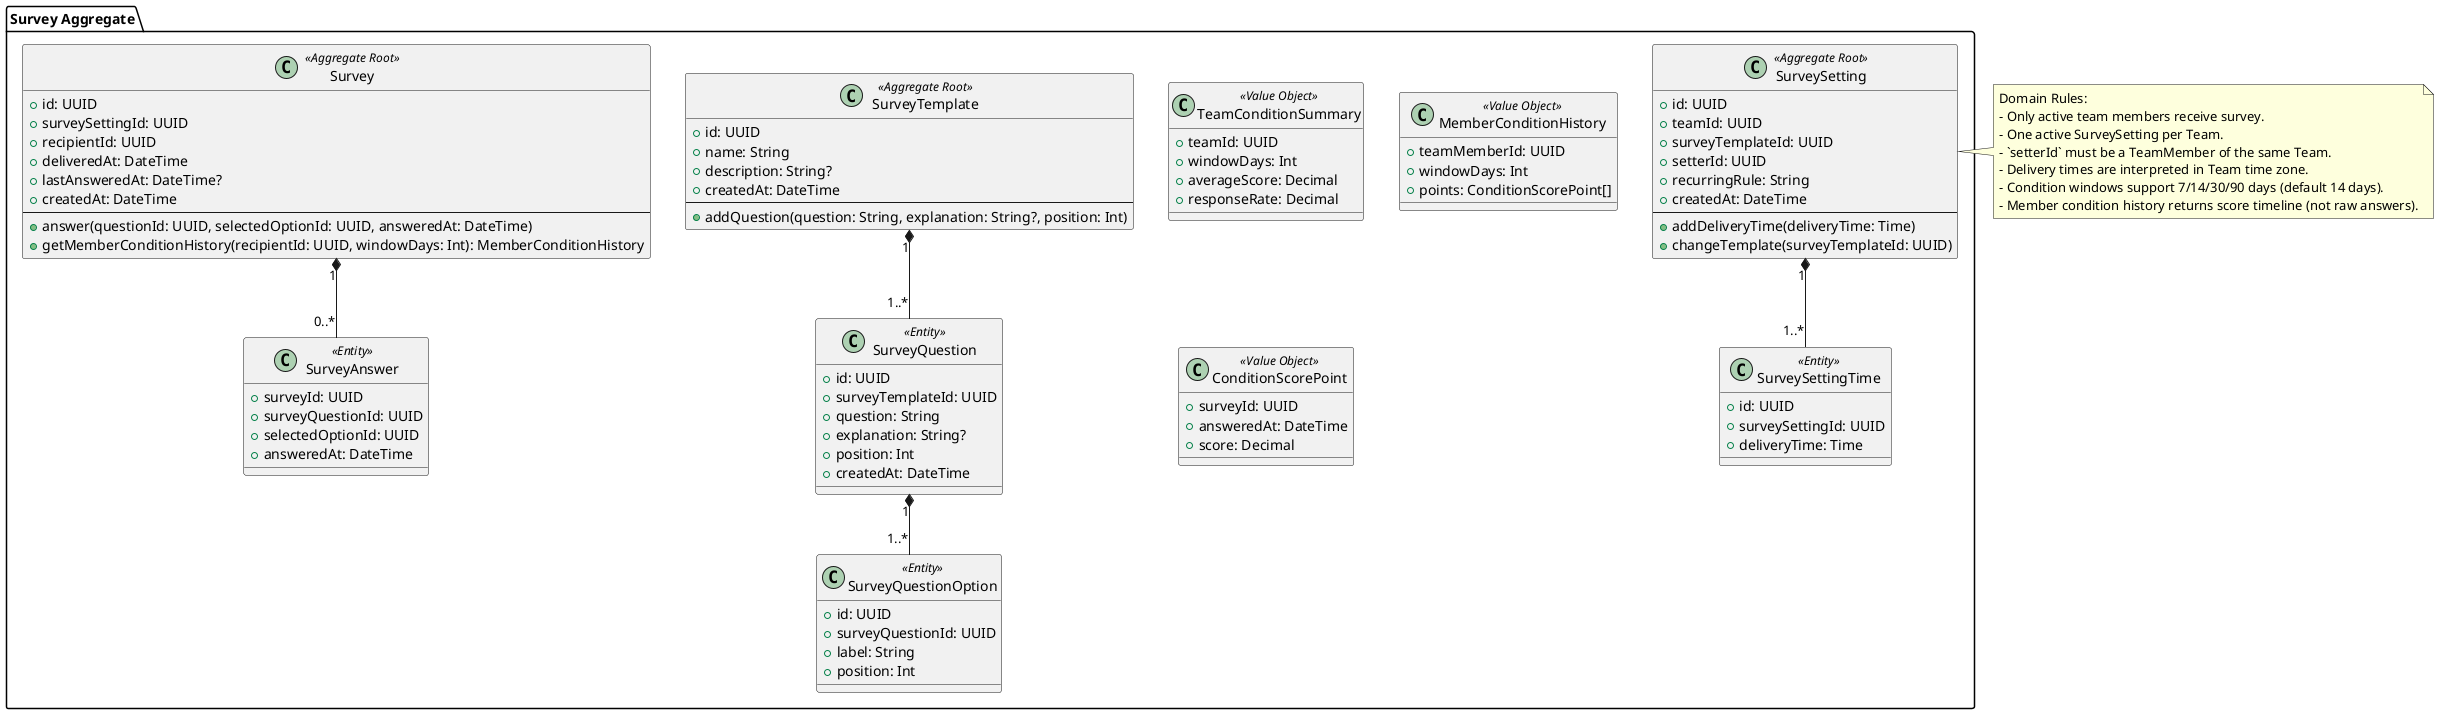
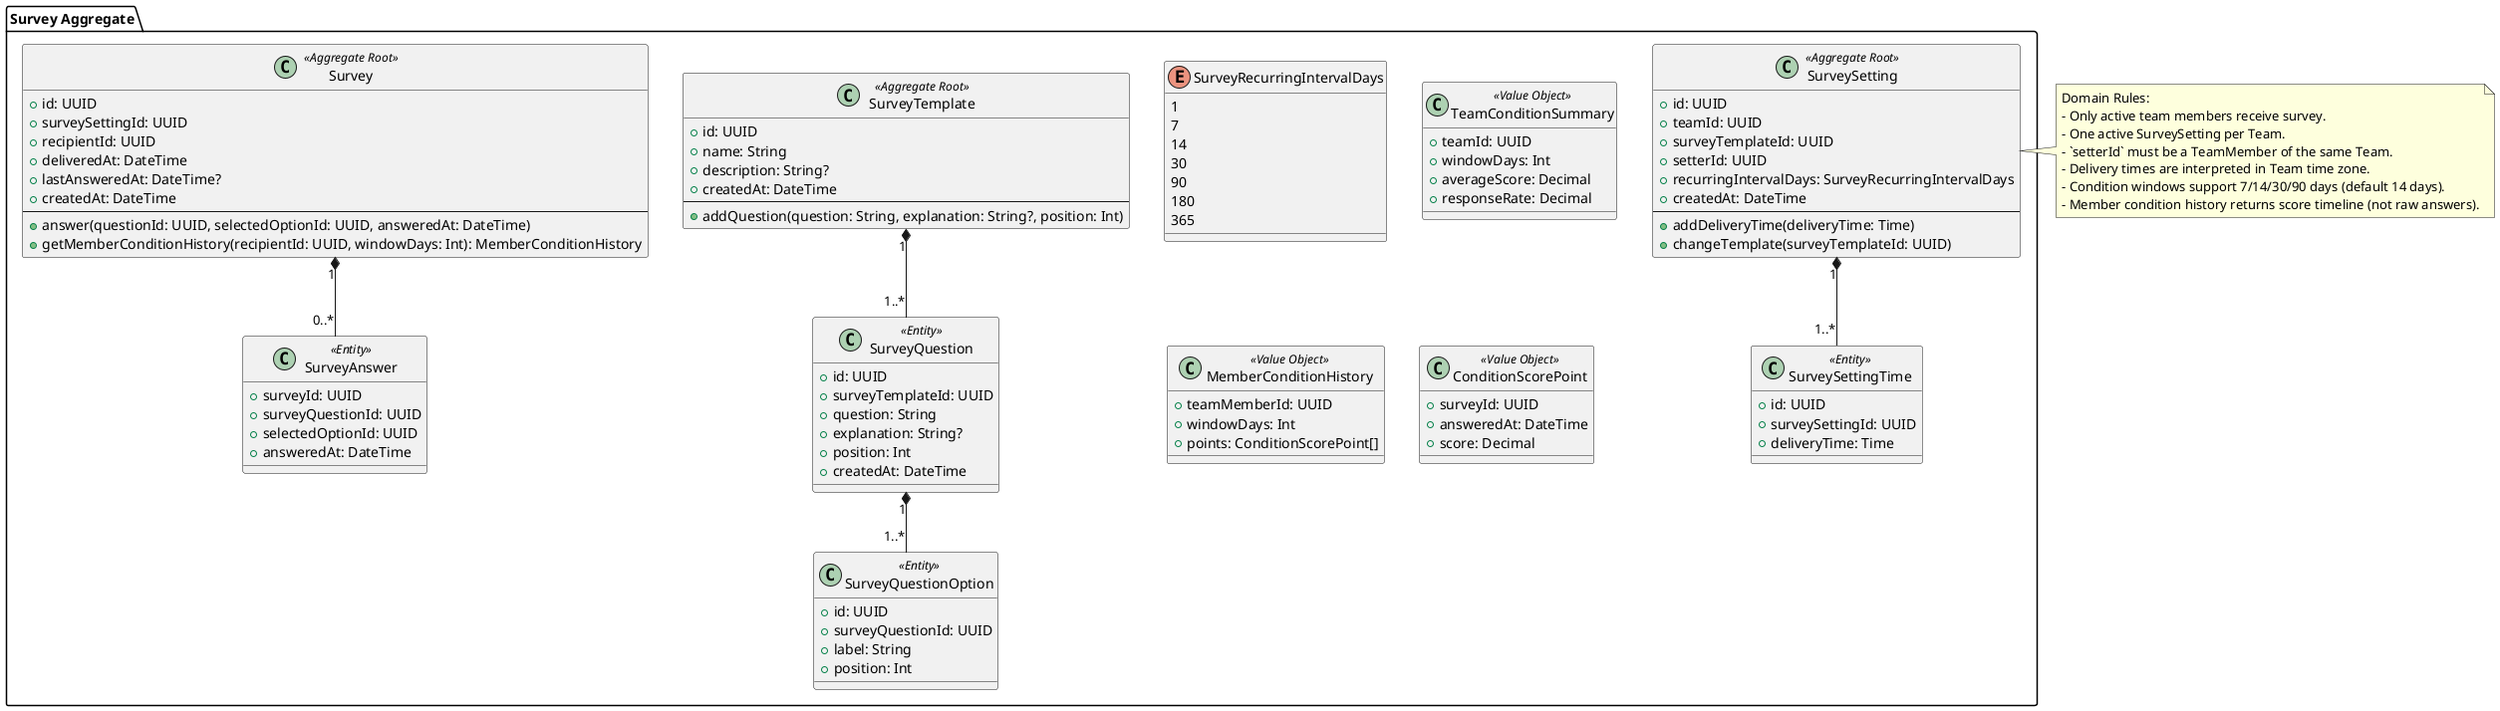
@startuml
package "Survey Aggregate" {

  class SurveyTemplate <<Aggregate Root>> {
    +id: UUID
    +name: String
    +description: String?
    +createdAt: DateTime
    --
    +addQuestion(question: String, explanation: String?, position: Int)
  }

  class SurveyQuestion <<Entity>> {
    +id: UUID
    +surveyTemplateId: UUID
    +question: String
    +explanation: String?
    +position: Int
    +createdAt: DateTime
  }

  class SurveyQuestionOption <<Entity>> {
    +id: UUID
    +surveyQuestionId: UUID
    +label: String
    +position: Int
  }

  class SurveySetting <<Aggregate Root>> {
    +id: UUID
    +teamId: UUID
    +surveyTemplateId: UUID
    +setterId: UUID
-     +recurringRule: String
+     +recurringIntervalDays: SurveyRecurringIntervalDays
    +createdAt: DateTime
    --
    +addDeliveryTime(deliveryTime: Time)
    +changeTemplate(surveyTemplateId: UUID)
+   }
+ 
+   enum SurveyRecurringIntervalDays {
+     1
+     7
+     14
+     30
+     90
+     180
+     365
  }

  class SurveySettingTime <<Entity>> {
    +id: UUID
    +surveySettingId: UUID
    +deliveryTime: Time
  }

  class Survey <<Aggregate Root>> {
    +id: UUID
    +surveySettingId: UUID
    +recipientId: UUID
    +deliveredAt: DateTime
    +lastAnsweredAt: DateTime?
    +createdAt: DateTime
    --
    +answer(questionId: UUID, selectedOptionId: UUID, answeredAt: DateTime)
    +getMemberConditionHistory(recipientId: UUID, windowDays: Int): MemberConditionHistory
  }

  class SurveyAnswer <<Entity>> {
    +surveyId: UUID
    +surveyQuestionId: UUID
    +selectedOptionId: UUID
    +answeredAt: DateTime
  }

  class TeamConditionSummary <<Value Object>> {
    +teamId: UUID
    +windowDays: Int
    +averageScore: Decimal
    +responseRate: Decimal
  }

  class MemberConditionHistory <<Value Object>> {
    +teamMemberId: UUID
    +windowDays: Int
    +points: ConditionScorePoint[]
  }

  class ConditionScorePoint <<Value Object>> {
    +surveyId: UUID
    +answeredAt: DateTime
    +score: Decimal
  }

  SurveyTemplate "1" *-- "1..*" SurveyQuestion
  SurveyQuestion "1" *-- "1..*" SurveyQuestionOption
  SurveySetting "1" *-- "1..*" SurveySettingTime
  Survey "1" *-- "0..*" SurveyAnswer
}

note right of SurveySetting
Domain Rules:
- Only active team members receive survey.
- One active SurveySetting per Team.
- `setterId` must be a TeamMember of the same Team.
- Delivery times are interpreted in Team time zone.
- Condition windows support 7/14/30/90 days (default 14 days).
- Member condition history returns score timeline (not raw answers).
end note

@enduml